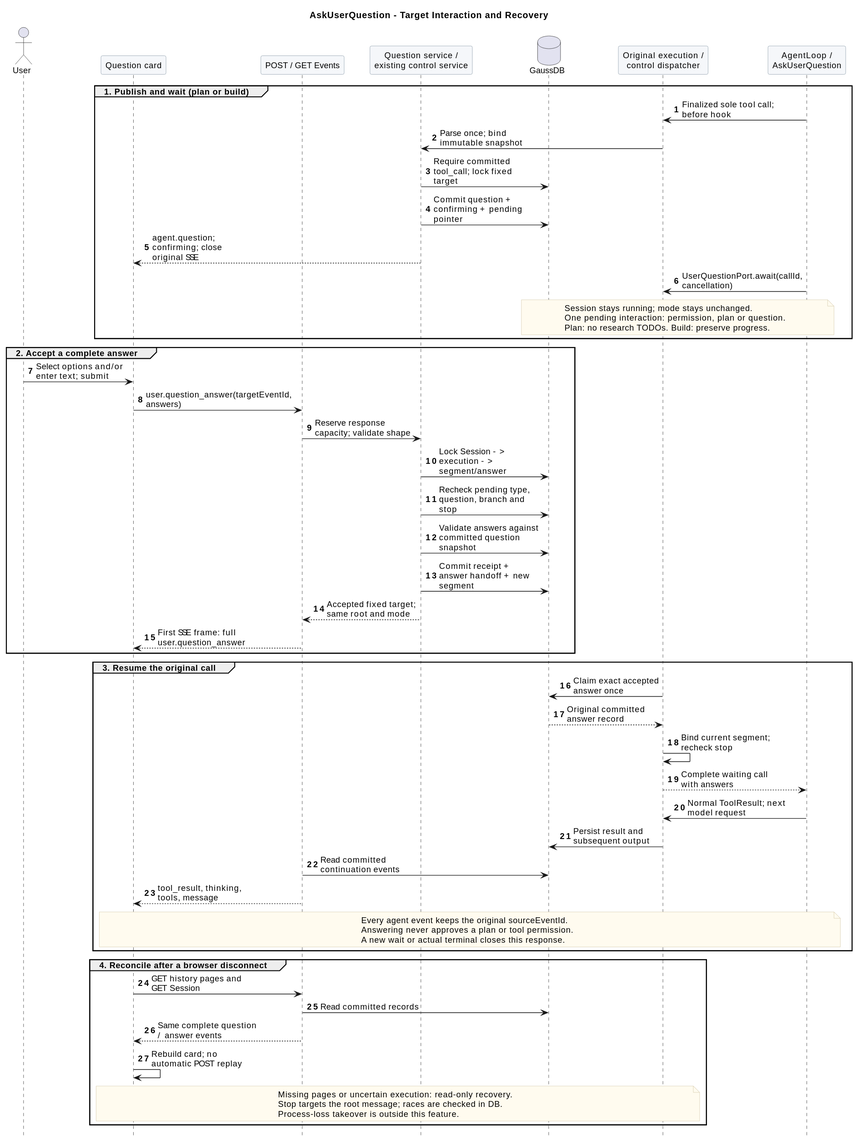
The PlantUML diagram 01-总体架构/06-CampusClaw计划模式/ask_user_question_sequence.svg in ssm0808/pi-mono-java-design, before a commit.
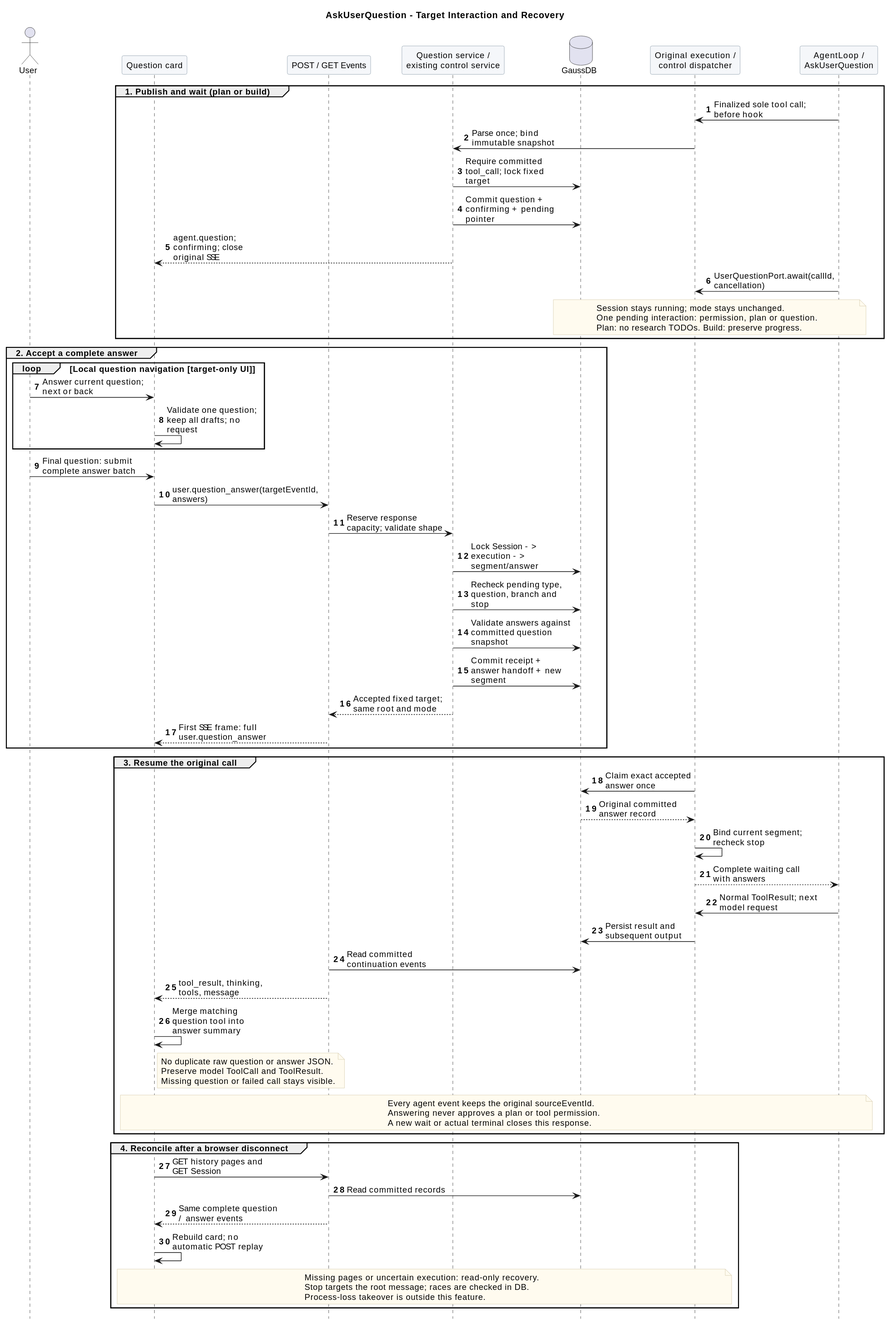
The same file after the commit.

Diff of the diagram source:
```diff
@@ -34,7 +34,11 @@
   end note
 end
 group 2. Accept a complete answer
-  User -> UI : Select options and/or enter text; submit
+  loop Local question navigation [target-only UI]
+    User -> UI : Answer current question; next or back
+    UI -> UI : Validate one question; keep all drafts; no request
+  end
+  User -> UI : Final question: submit complete answer batch
   UI -> API : user.question_answer(targetEventId, answers)
   API -> Service : Reserve response capacity; validate shape
   Service -> DB : Lock Session -> execution -> segment/answer
@@ -53,6 +57,12 @@
   Runtime -> DB : Persist result and subsequent output
   API -> DB : Read committed continuation events
   API --> UI : tool_result, thinking, tools, message
+  UI -> UI : Merge matching question tool into answer summary
+  note right of UI
+    No duplicate raw question or answer JSON.
+    Preserve model ToolCall and ToolResult.
+    Missing question or failed call stays visible.
+  end note
   note over UI,Tool
     Every agent event keeps the original sourceEventId.
     Answering never approves a plan or tool permission.
```
